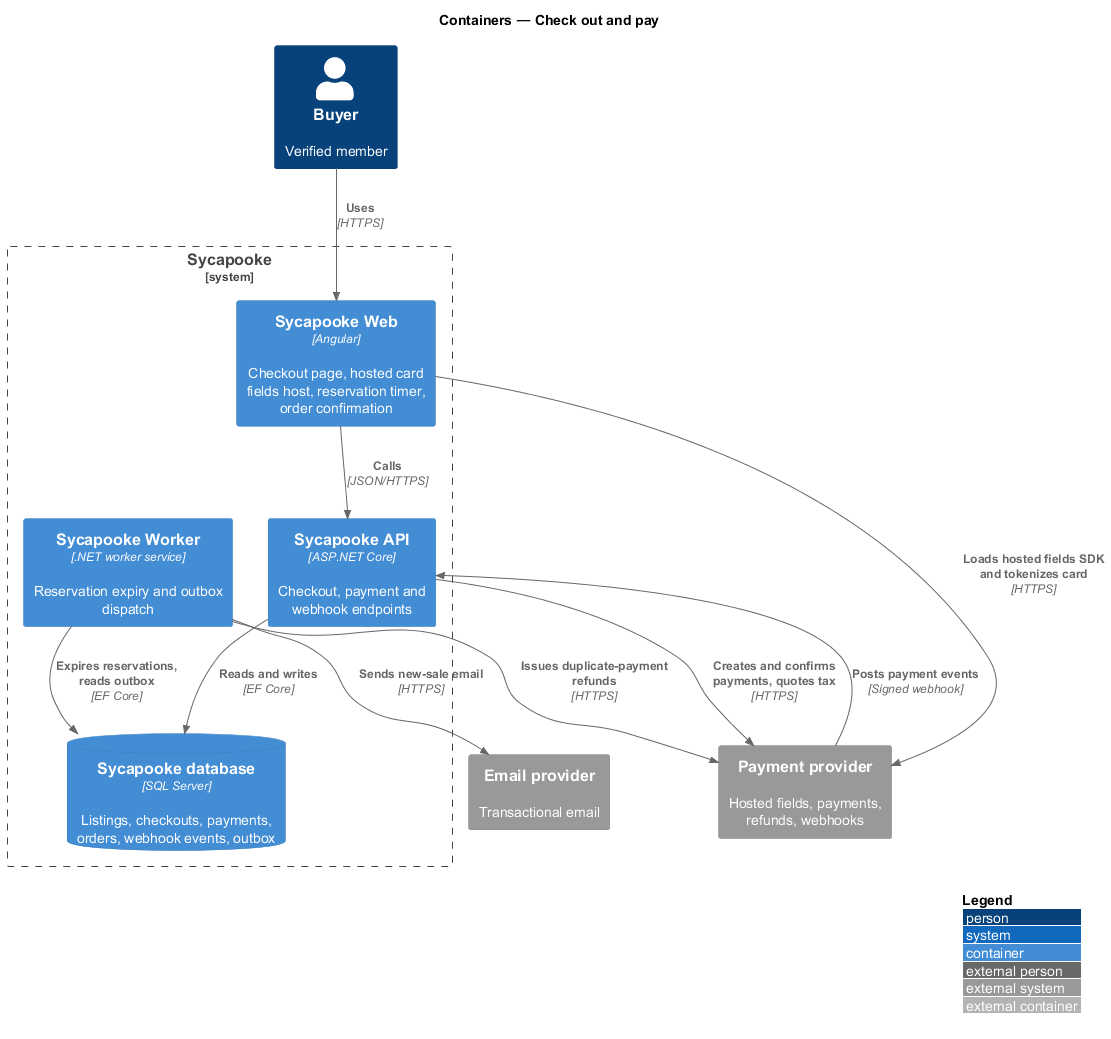
This is docs/detailed-designs/orders/checkout-and-pay/diagrams/c4-container.png from QuinntyneBrown/sycapooke, a PlantUML export, as it was before one commit.
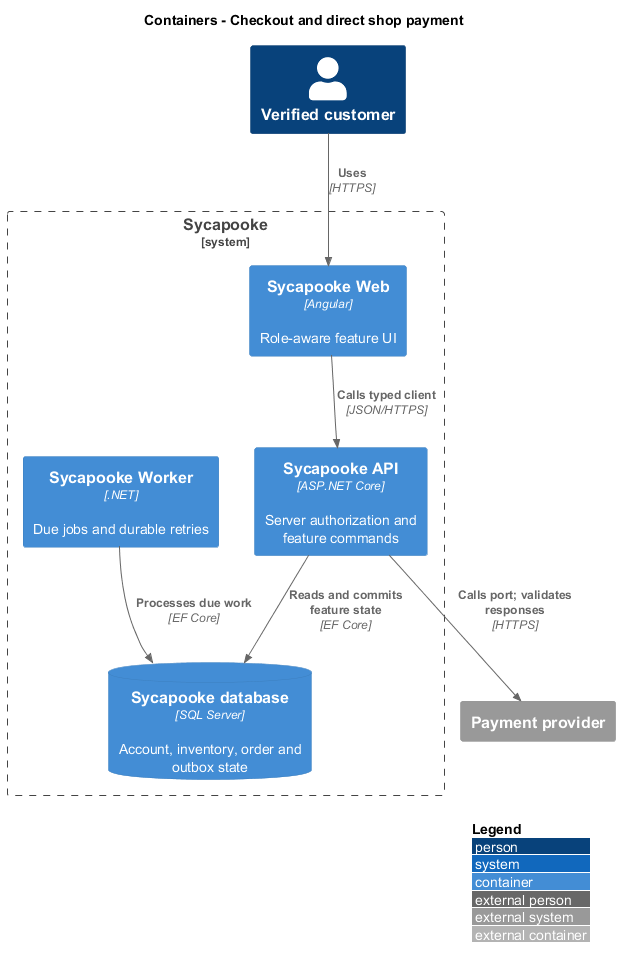
Above is the later version.

Change to the diagram source:
```diff
@@ -1,25 +1,18 @@
 @startuml
 !include <C4/C4_Container>
 LAYOUT_WITH_LEGEND()
-title Containers — Check out and pay
-
-Person(buyer, "Buyer", "Verified member")
-System_Boundary(sycapooke, "Sycapooke") {
-  Container(web, "Sycapooke Web", "Angular", "Checkout page, hosted card fields host, reservation timer, order confirmation")
-  Container(api, "Sycapooke API", "ASP.NET Core", "Checkout, payment and webhook endpoints")
-  Container(worker, "Sycapooke Worker", ".NET worker service", "Reservation expiry and outbox dispatch")
-  ContainerDb(db, "Sycapooke database", "SQL Server", "Listings, checkouts, payments, orders, webhook events, outbox")
+title Containers - Checkout and direct shop payment
+Person(user, "Verified customer")
+System_Boundary(shop, "Sycapooke") {
+  Container(web, "Sycapooke Web", "Angular", "Role-aware feature UI")
+  Container(api, "Sycapooke API", "ASP.NET Core", "Server authorization and feature commands")
+  Container(worker, "Sycapooke Worker", ".NET", "Due jobs and durable retries")
+  ContainerDb(db, "Sycapooke database", "SQL Server", "Account, inventory, order and outbox state")
 }
-System_Ext(pay, "Payment provider", "Hosted fields, payments, refunds, webhooks")
-System_Ext(email, "Email provider", "Transactional email")
-
-Rel(buyer, web, "Uses", "HTTPS")
-Rel(web, pay, "Loads hosted fields SDK and tokenizes card", "HTTPS")
-Rel(web, api, "Calls", "JSON/HTTPS")
-Rel(api, db, "Reads and writes", "EF Core")
-Rel(api, pay, "Creates and confirms payments, quotes tax", "HTTPS")
-Rel(pay, api, "Posts payment events", "Signed webhook")
-Rel(worker, db, "Expires reservations, reads outbox", "EF Core")
-Rel(worker, pay, "Issues duplicate-payment refunds", "HTTPS")
-Rel(worker, email, "Sends new-sale email", "HTTPS")
+Rel(user, web, "Uses", "HTTPS")
+Rel(web, api, "Calls typed client", "JSON/HTTPS")
+Rel(api, db, "Reads and commits feature state", "EF Core")
+Rel(worker, db, "Processes due work", "EF Core")
+System_Ext(provider, "Payment provider")
+Rel(api, provider, "Calls port; validates responses", "HTTPS")
 @enduml
```
